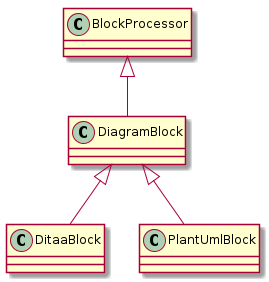
marcozwyssig/docToolchain keeps this PlantUML diagram as v2.0.x/images/{plantUMLDir}demoPlantUMLScale.png. Above is the earlier version. Source of this version:
```plantuml
@startuml
!pragma graphviz_dot smetana
class BlockProcessor
class DiagramBlock
class DitaaBlock
class PlantUmlBlock

BlockProcessor <|-- DiagramBlock
DiagramBlock <|-- DitaaBlock
DiagramBlock <|-- PlantUmlBlock
@enduml
```
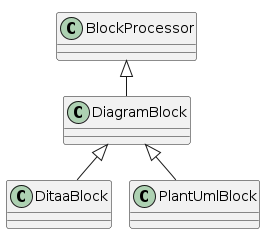
After the commit.

Diff of the diagram source:
```diff
@@ -1,5 +1,5 @@
 @startuml
-!pragma graphviz_dot smetana
+!pragma layout smetana
 class BlockProcessor
 class DiagramBlock
 class DitaaBlock
```
